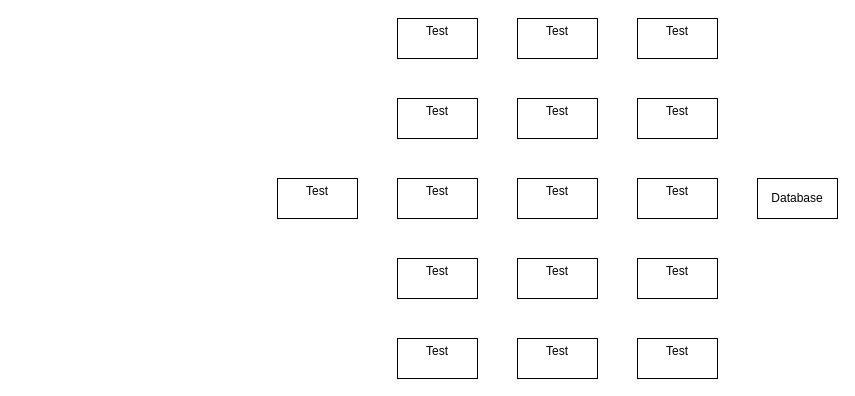
Above: ArchDiagram.drawio in alejandroatacho/diagrams.net (draw.io), before the change. Source tidied: cells renumbered, new cells numbered last; positions are measured from the earlier drawing's top-left corner, leaving out a move shared by most shapes. Both pictures are drawn from the tidied source at 100%, with x=0, y=0 at pixel (277, 18).
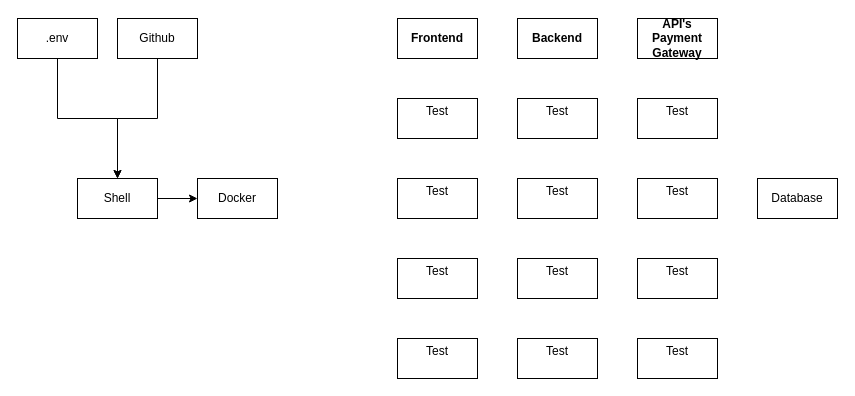
Above is the later version.

The edit, as a diff of the source:
```diff
@@
-    <mxCell id="2" value="Test&lt;div&gt;&lt;br&gt;&lt;/div&gt;" style="rounded=0;whiteSpace=wrap;html=1;" parent="1" vertex="1">
-      <mxGeometry y="160" width="80" height="40" as="geometry" />
+    <mxCell id="2" value="Docker" style="rounded=0;whiteSpace=wrap;html=1;" parent="1" vertex="1">
+      <mxGeometry x="-80" y="160" width="80" height="40" as="geometry" />
     </mxCell>
@@
-    <mxCell id="5" value="Test&lt;div&gt;&lt;br&gt;&lt;/div&gt;" style="rounded=0;whiteSpace=wrap;html=1;" parent="1" vertex="1">
+    <mxCell id="5" value="&lt;div&gt;&lt;b&gt;Frontend&lt;/b&gt;&lt;/div&gt;" style="rounded=0;whiteSpace=wrap;html=1;" parent="1" vertex="1">
       <mxGeometry x="120" width="80" height="40" as="geometry" />
     </mxCell>
@@
-    <mxCell id="9" value="Test&lt;div&gt;&lt;br&gt;&lt;/div&gt;" style="rounded=0;whiteSpace=wrap;html=1;" parent="1" vertex="1">
+    <mxCell id="9" value="&lt;div&gt;&lt;b&gt;Backend&lt;/b&gt;&lt;/div&gt;" style="rounded=0;whiteSpace=wrap;html=1;" parent="1" vertex="1">
       <mxGeometry x="240" width="80" height="40" as="geometry" />
     </mxCell>
@@
-    <mxCell id="13" value="Test&lt;div&gt;&lt;br&gt;&lt;/div&gt;" style="rounded=0;whiteSpace=wrap;html=1;" parent="1" vertex="1">
+    <mxCell id="13" value="&lt;div&gt;&lt;b&gt;API's Payment Gateway&lt;/b&gt;&lt;/div&gt;" style="rounded=0;whiteSpace=wrap;html=1;" parent="1" vertex="1">
       <mxGeometry x="360" width="80" height="40" as="geometry" />
     </mxCell>
@@
+    <mxCell id="19" style="edgeStyle=orthogonalEdgeStyle;rounded=0;jettySize=auto;html=1;" parent="1" edge="1" source="20" target="22">
+      <mxGeometry relative="1" as="geometry" />
+    </mxCell>
+    <mxCell id="20" value="&lt;div&gt;.env&lt;/div&gt;" style="rounded=0;whiteSpace=wrap;html=1;" parent="1" vertex="1">
+      <mxGeometry x="-260" width="80" height="40" as="geometry" />
+    </mxCell>
+    <mxCell id="21" style="edgeStyle=orthogonalEdgeStyle;rounded=0;jettySize=auto;html=1;entryX=0;entryY=0.5;entryDx=0;entryDy=0;" parent="1" edge="1" source="22" target="2">
+      <mxGeometry relative="1" as="geometry" />
+    </mxCell>
+    <mxCell id="22" value="Shell" style="rounded=0;whiteSpace=wrap;html=1;" parent="1" vertex="1">
+      <mxGeometry x="-200" y="160" width="80" height="40" as="geometry" />
+    </mxCell>
+    <mxCell id="23" style="edgeStyle=orthogonalEdgeStyle;rounded=0;jettySize=auto;html=1;entryX=0.5;entryY=0;entryDx=0;entryDy=0;" parent="1" edge="1" source="24" target="22">
+      <mxGeometry relative="1" as="geometry" />
+    </mxCell>
+    <mxCell id="24" value="&lt;div&gt;Github&lt;/div&gt;" style="rounded=0;whiteSpace=wrap;html=1;" parent="1" vertex="1">
+      <mxGeometry x="-160" width="80" height="40" as="geometry" />
+    </mxCell>
```
